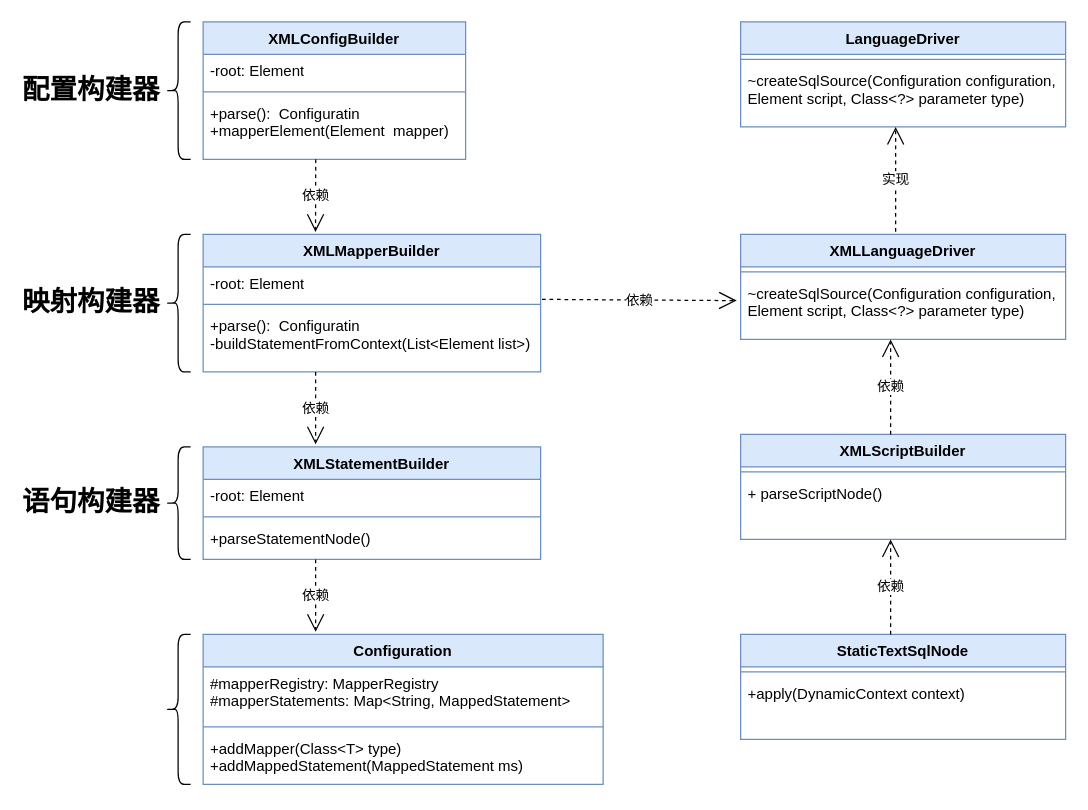
Above: mybatis/第8章：细化XML语句构建器，完善静态SQL解析.drawio in weixiaojian/draw-io-lib (draw.io), before the change. Source tidied: cells renumbered, new cells numbered last; positions are measured from the earlier drawing's top-left corner, leaving out a move shared by most shapes. Both pictures are drawn from the tidied source at 125%, with x=0, y=0 at pixel (28, 21).
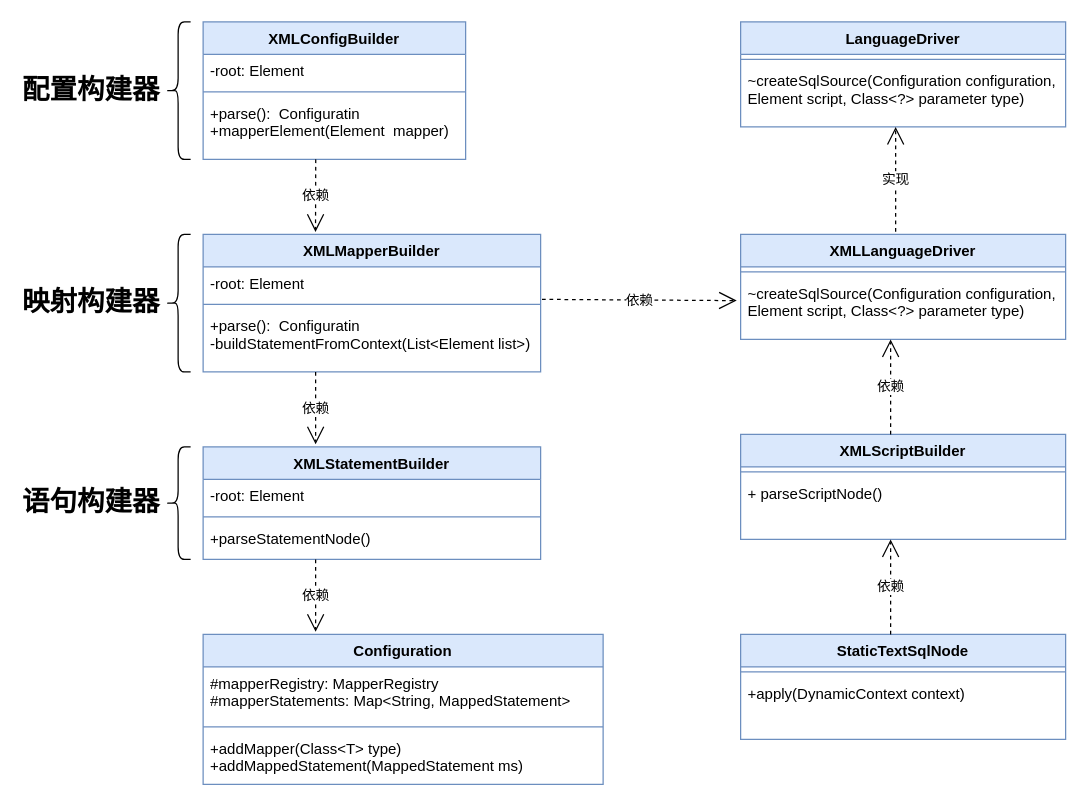
After the change.

Commit message (it also covers changes not shown here):
更新第8章：细化XML语句构建器，完善静态SQL解析.drawio

Diff of the diagram source:
```diff
@@
-    <mxCell id="40" style="shape=curlyBracket;whiteSpace=wrap;html=1;rounded=1;labelPosition=left;verticalLabelPosition=middle;align=right;verticalAlign=middle;" parent="1" vertex="1">
-      <mxGeometry x="110" y="490" width="20" height="120" as="geometry" />
-    </mxCell>
```
